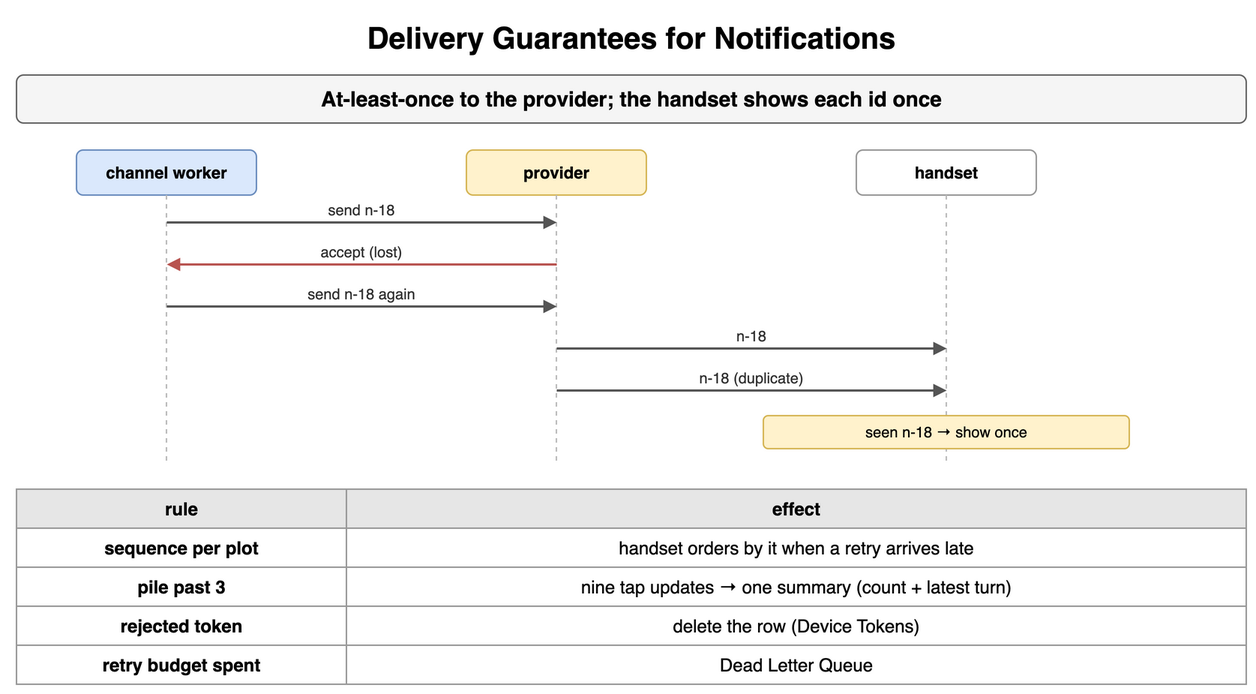
Above: content/09_System_Design_Interview/21_Real_Time_and_Notification_Systems/diagrams/notifications-8-delivery-guarantees-for-notifications.png in amendez13/swe-study-guide (draw.io), before the change. Source tidied: cells renumbered, new cells last; positions are measured from the earlier drawing's top-left corner, leaving out a move shared by most shapes. Source of this version:
```xml
<mxGraphModel>
  <root>
    <mxCell id="0" />
    <mxCell id="1" parent="0" />
    <mxCell id="2" value="Delivery Guarantees for Notifications" style="text;html=1;align=center;verticalAlign=middle;whiteSpace=wrap;fontSize=20;fontStyle=1;" parent="1" vertex="1">
      <mxGeometry width="820" height="30" as="geometry" />
    </mxCell>
    <mxCell id="3" value="At-least-once to the provider; the handset shows each id once" style="rounded=1;whiteSpace=wrap;html=1;fillColor=#f5f5f5;strokeColor=#666666;fontStyle=1;fontSize=14;" parent="1" vertex="1">
      <mxGeometry y="40" width="820" height="32" as="geometry" />
    </mxCell>
    <mxCell id="4" value="channel worker" style="rounded=1;whiteSpace=wrap;html=1;fillColor=#dae8fc;strokeColor=#6c8ebf;fontSize=11;align=center;fontStyle=1;" parent="1" vertex="1">
      <mxGeometry x="40" y="90" width="120" height="30" as="geometry" />
    </mxCell>
    <mxCell id="5" value="provider" style="rounded=1;whiteSpace=wrap;html=1;fillColor=#fff2cc;strokeColor=#d6b656;fontSize=11;align=center;fontStyle=1;" parent="1" vertex="1">
      <mxGeometry x="300" y="90" width="120" height="30" as="geometry" />
    </mxCell>
    <mxCell id="6" value="handset" style="rounded=1;whiteSpace=wrap;html=1;fillColor=#ffffff;strokeColor=#999999;fontSize=11;align=center;fontStyle=1;" parent="1" vertex="1">
      <mxGeometry x="560" y="90" width="120" height="30" as="geometry" />
    </mxCell>
    <mxCell id="7" style="endArrow=none;html=1;strokeColor=#bbbbbb;dashed=1;" parent="1" edge="1">
      <mxGeometry relative="1" as="geometry">
        <mxPoint x="100" y="120" as="sourcePoint" />
        <mxPoint x="100" y="300" as="targetPoint" />
      </mxGeometry>
    </mxCell>
    <mxCell id="8" style="endArrow=none;html=1;strokeColor=#bbbbbb;dashed=1;" parent="1" edge="1">
      <mxGeometry relative="1" as="geometry">
        <mxPoint x="360" y="120" as="sourcePoint" />
        <mxPoint x="360" y="300" as="targetPoint" />
      </mxGeometry>
    </mxCell>
    <mxCell id="9" style="endArrow=none;html=1;strokeColor=#bbbbbb;dashed=1;" parent="1" edge="1">
      <mxGeometry relative="1" as="geometry">
        <mxPoint x="620" y="120" as="sourcePoint" />
        <mxPoint x="620" y="300" as="targetPoint" />
      </mxGeometry>
    </mxCell>
    <mxCell id="10" style="endArrow=block;endSize=6;html=1;strokeWidth=1.5;strokeColor=#555555;fontSize=11;labelBackgroundColor=#ffffff;endSize=5;" parent="1" edge="1">
      <mxGeometry relative="1" as="geometry">
        <mxPoint x="100" y="138" as="sourcePoint" />
        <mxPoint x="360" y="138" as="targetPoint" />
      </mxGeometry>
    </mxCell>
    <mxCell id="11" value="send n-18" style="text;html=1;whiteSpace=wrap;fontSize=11;align=center;verticalAlign=middle;fontSize=10;fontColor=#333333;" parent="1" vertex="1">
      <mxGeometry x="104" y="122" width="252" height="15" as="geometry" />
    </mxCell>
    <mxCell id="12" style="endArrow=block;endSize=6;html=1;strokeWidth=1.5;strokeColor=#b85450;fontSize=11;labelBackgroundColor=#ffffff;fontColor=#b85450;fontStyle=1;endSize=5;" parent="1" edge="1">
      <mxGeometry relative="1" as="geometry">
        <mxPoint x="360" y="166" as="sourcePoint" />
        <mxPoint x="100" y="166" as="targetPoint" />
      </mxGeometry>
    </mxCell>
    <mxCell id="13" value="accept (lost)" style="text;html=1;whiteSpace=wrap;fontSize=11;align=center;verticalAlign=middle;fontSize=10;fontColor=#333333;" parent="1" vertex="1">
      <mxGeometry x="104" y="150" width="252" height="15" as="geometry" />
    </mxCell>
    <mxCell id="14" style="endArrow=block;endSize=6;html=1;strokeWidth=1.5;strokeColor=#555555;fontSize=11;labelBackgroundColor=#ffffff;endSize=5;" parent="1" edge="1">
      <mxGeometry relative="1" as="geometry">
        <mxPoint x="100" y="194" as="sourcePoint" />
        <mxPoint x="360" y="194" as="targetPoint" />
      </mxGeometry>
    </mxCell>
    <mxCell id="15" value="send n-18 again" style="text;html=1;whiteSpace=wrap;fontSize=11;align=center;verticalAlign=middle;fontSize=10;fontColor=#333333;" parent="1" vertex="1">
      <mxGeometry x="104" y="178" width="252" height="15" as="geometry" />
    </mxCell>
    <mxCell id="16" style="endArrow=block;endSize=6;html=1;strokeWidth=1.5;strokeColor=#555555;fontSize=11;labelBackgroundColor=#ffffff;endSize=5;" parent="1" edge="1">
      <mxGeometry relative="1" as="geometry">
        <mxPoint x="360" y="222" as="sourcePoint" />
        <mxPoint x="620" y="222" as="targetPoint" />
      </mxGeometry>
    </mxCell>
    <mxCell id="17" value="n-18" style="text;html=1;whiteSpace=wrap;fontSize=11;align=center;verticalAlign=middle;fontSize=10;fontColor=#333333;" parent="1" vertex="1">
      <mxGeometry x="364" y="206" width="252" height="15" as="geometry" />
    </mxCell>
    <mxCell id="18" style="endArrow=block;endSize=6;html=1;strokeWidth=1.5;strokeColor=#555555;fontSize=11;labelBackgroundColor=#ffffff;endSize=5;" parent="1" edge="1">
      <mxGeometry relative="1" as="geometry">
        <mxPoint x="360" y="250" as="sourcePoint" />
        <mxPoint x="620" y="250" as="targetPoint" />
      </mxGeometry>
    </mxCell>
    <mxCell id="19" value="n-18 (duplicate)" style="text;html=1;whiteSpace=wrap;fontSize=11;align=center;verticalAlign=middle;fontSize=10;fontColor=#333333;" parent="1" vertex="1">
      <mxGeometry x="364" y="234" width="252" height="15" as="geometry" />
    </mxCell>
    <mxCell id="20" value="seen n-18 → show once" style="rounded=1;whiteSpace=wrap;html=1;fillColor=#fff2cc;strokeColor=#d6b656;fontSize=10;align=center;" parent="1" vertex="1">
      <mxGeometry x="498" y="267" width="244" height="22" as="geometry" />
    </mxCell>
    <mxCell id="21" value="rule" style="whiteSpace=wrap;html=1;fillColor=#e6e6e6;strokeColor=#999999;fontStyle=1;fontSize=12;" parent="1" vertex="1">
      <mxGeometry y="316" width="220" height="26" as="geometry" />
    </mxCell>
    <mxCell id="22" value="effect" style="whiteSpace=wrap;html=1;fillColor=#e6e6e6;strokeColor=#999999;fontStyle=1;fontSize=12;" parent="1" vertex="1">
      <mxGeometry x="220" y="316" width="600" height="26" as="geometry" />
    </mxCell>
    <mxCell id="23" value="sequence per plot" style="whiteSpace=wrap;html=1;strokeColor=#999999;fontSize=12;fillColor=#ffffff;fontStyle=1;" parent="1" vertex="1">
      <mxGeometry y="342" width="220" height="26" as="geometry" />
    </mxCell>
    <mxCell id="24" value="handset orders by it when a retry arrives late" style="whiteSpace=wrap;html=1;strokeColor=#999999;fontSize=12;fillColor=#ffffff;" parent="1" vertex="1">
      <mxGeometry x="220" y="342" width="600" height="26" as="geometry" />
    </mxCell>
    <mxCell id="25" value="pile past 3" style="whiteSpace=wrap;html=1;strokeColor=#999999;fontSize=12;fillColor=#ffffff;fontStyle=1;" parent="1" vertex="1">
      <mxGeometry y="368" width="220" height="26" as="geometry" />
    </mxCell>
    <mxCell id="26" value="nine tap updates → one summary (count + latest turn)" style="whiteSpace=wrap;html=1;strokeColor=#999999;fontSize=12;fillColor=#ffffff;" parent="1" vertex="1">
      <mxGeometry x="220" y="368" width="600" height="26" as="geometry" />
    </mxCell>
    <mxCell id="27" value="rejected token" style="whiteSpace=wrap;html=1;strokeColor=#999999;fontSize=12;fillColor=#ffffff;fontStyle=1;" parent="1" vertex="1">
      <mxGeometry y="394" width="220" height="26" as="geometry" />
    </mxCell>
    <mxCell id="28" value="delete the row (Device Tokens)" style="whiteSpace=wrap;html=1;strokeColor=#999999;fontSize=12;fillColor=#ffffff;" parent="1" vertex="1">
      <mxGeometry x="220" y="394" width="600" height="26" as="geometry" />
    </mxCell>
    <mxCell id="29" value="retry budget spent" style="whiteSpace=wrap;html=1;strokeColor=#999999;fontSize=12;fillColor=#ffffff;fontStyle=1;" parent="1" vertex="1">
      <mxGeometry y="420" width="220" height="26" as="geometry" />
    </mxCell>
    <mxCell id="30" value="Dead Letter Queue" style="whiteSpace=wrap;html=1;strokeColor=#999999;fontSize=12;fillColor=#ffffff;" parent="1" vertex="1">
      <mxGeometry x="220" y="420" width="600" height="26" as="geometry" />
    </mxCell>
  </root>
</mxGraphModel>
```
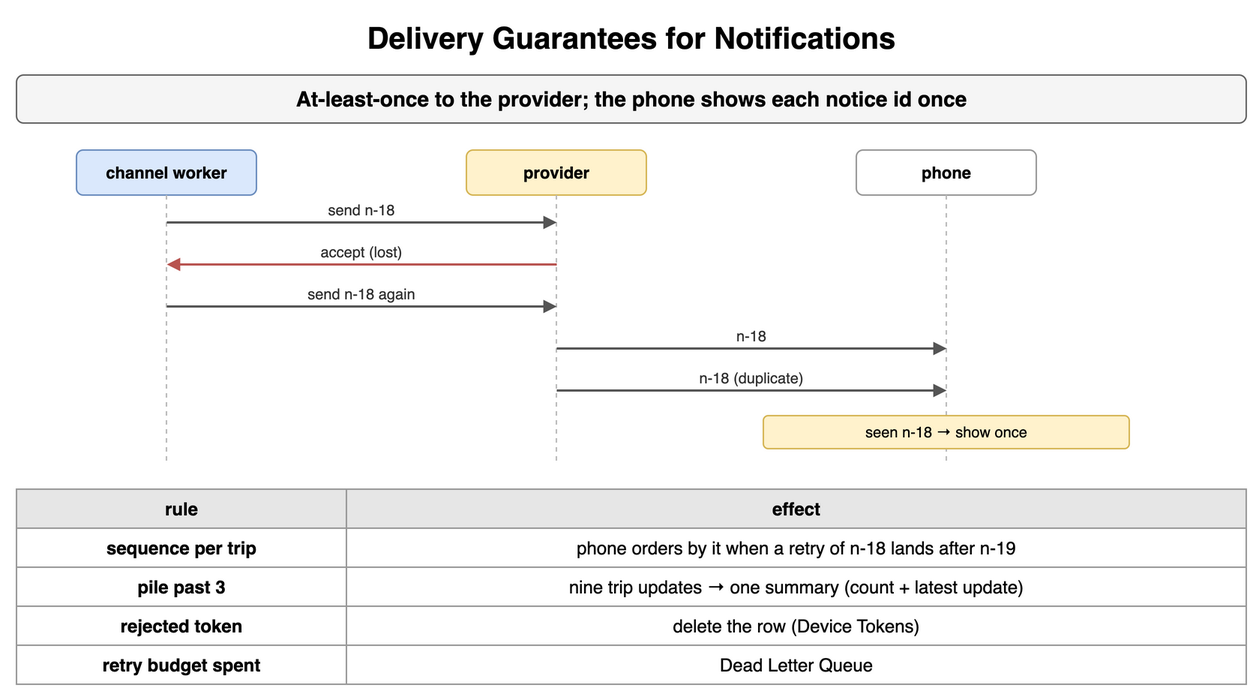
After the change.

The edit, as a diff of the source:
```diff
@@ -5,7 +5,7 @@
     <mxCell id="2" value="Delivery Guarantees for Notifications" style="text;html=1;align=center;verticalAlign=middle;whiteSpace=wrap;fontSize=20;fontStyle=1;" parent="1" vertex="1">
       <mxGeometry width="820" height="30" as="geometry" />
     </mxCell>
-    <mxCell id="3" value="At-least-once to the provider; the handset shows each id once" style="rounded=1;whiteSpace=wrap;html=1;fillColor=#f5f5f5;strokeColor=#666666;fontStyle=1;fontSize=14;" parent="1" vertex="1">
+    <mxCell id="3" value="At-least-once to the provider; the phone shows each notice id once" style="rounded=1;whiteSpace=wrap;html=1;fillColor=#f5f5f5;strokeColor=#666666;fontStyle=1;fontSize=14;" parent="1" vertex="1">
       <mxGeometry y="40" width="820" height="32" as="geometry" />
     </mxCell>
     <mxCell id="4" value="channel worker" style="rounded=1;whiteSpace=wrap;html=1;fillColor=#dae8fc;strokeColor=#6c8ebf;fontSize=11;align=center;fontStyle=1;" parent="1" vertex="1">
@@ -14,7 +14,7 @@
     <mxCell id="5" value="provider" style="rounded=1;whiteSpace=wrap;html=1;fillColor=#fff2cc;strokeColor=#d6b656;fontSize=11;align=center;fontStyle=1;" parent="1" vertex="1">
       <mxGeometry x="300" y="90" width="120" height="30" as="geometry" />
     </mxCell>
-    <mxCell id="6" value="handset" style="rounded=1;whiteSpace=wrap;html=1;fillColor=#ffffff;strokeColor=#999999;fontSize=11;align=center;fontStyle=1;" parent="1" vertex="1">
+    <mxCell id="6" value="phone" style="rounded=1;whiteSpace=wrap;html=1;fillColor=#ffffff;strokeColor=#999999;fontSize=11;align=center;fontStyle=1;" parent="1" vertex="1">
       <mxGeometry x="560" y="90" width="120" height="30" as="geometry" />
     </mxCell>
     <mxCell id="7" style="endArrow=none;html=1;strokeColor=#bbbbbb;dashed=1;" parent="1" edge="1">
@@ -89,16 +89,16 @@
     <mxCell id="22" value="effect" style="whiteSpace=wrap;html=1;fillColor=#e6e6e6;strokeColor=#999999;fontStyle=1;fontSize=12;" parent="1" vertex="1">
       <mxGeometry x="220" y="316" width="600" height="26" as="geometry" />
     </mxCell>
-    <mxCell id="23" value="sequence per plot" style="whiteSpace=wrap;html=1;strokeColor=#999999;fontSize=12;fillColor=#ffffff;fontStyle=1;" parent="1" vertex="1">
+    <mxCell id="23" value="sequence per trip" style="whiteSpace=wrap;html=1;strokeColor=#999999;fontSize=12;fillColor=#ffffff;fontStyle=1;" parent="1" vertex="1">
       <mxGeometry y="342" width="220" height="26" as="geometry" />
     </mxCell>
-    <mxCell id="24" value="handset orders by it when a retry arrives late" style="whiteSpace=wrap;html=1;strokeColor=#999999;fontSize=12;fillColor=#ffffff;" parent="1" vertex="1">
+    <mxCell id="24" value="phone orders by it when a retry of n-18 lands after n-19" style="whiteSpace=wrap;html=1;strokeColor=#999999;fontSize=12;fillColor=#ffffff;" parent="1" vertex="1">
       <mxGeometry x="220" y="342" width="600" height="26" as="geometry" />
     </mxCell>
     <mxCell id="25" value="pile past 3" style="whiteSpace=wrap;html=1;strokeColor=#999999;fontSize=12;fillColor=#ffffff;fontStyle=1;" parent="1" vertex="1">
       <mxGeometry y="368" width="220" height="26" as="geometry" />
     </mxCell>
-    <mxCell id="26" value="nine tap updates → one summary (count + latest turn)" style="whiteSpace=wrap;html=1;strokeColor=#999999;fontSize=12;fillColor=#ffffff;" parent="1" vertex="1">
+    <mxCell id="26" value="nine trip updates → one summary (count + latest update)" style="whiteSpace=wrap;html=1;strokeColor=#999999;fontSize=12;fillColor=#ffffff;" parent="1" vertex="1">
       <mxGeometry x="220" y="368" width="600" height="26" as="geometry" />
     </mxCell>
     <mxCell id="27" value="rejected token" style="whiteSpace=wrap;html=1;strokeColor=#999999;fontSize=12;fillColor=#ffffff;fontStyle=1;" parent="1" vertex="1">
```
